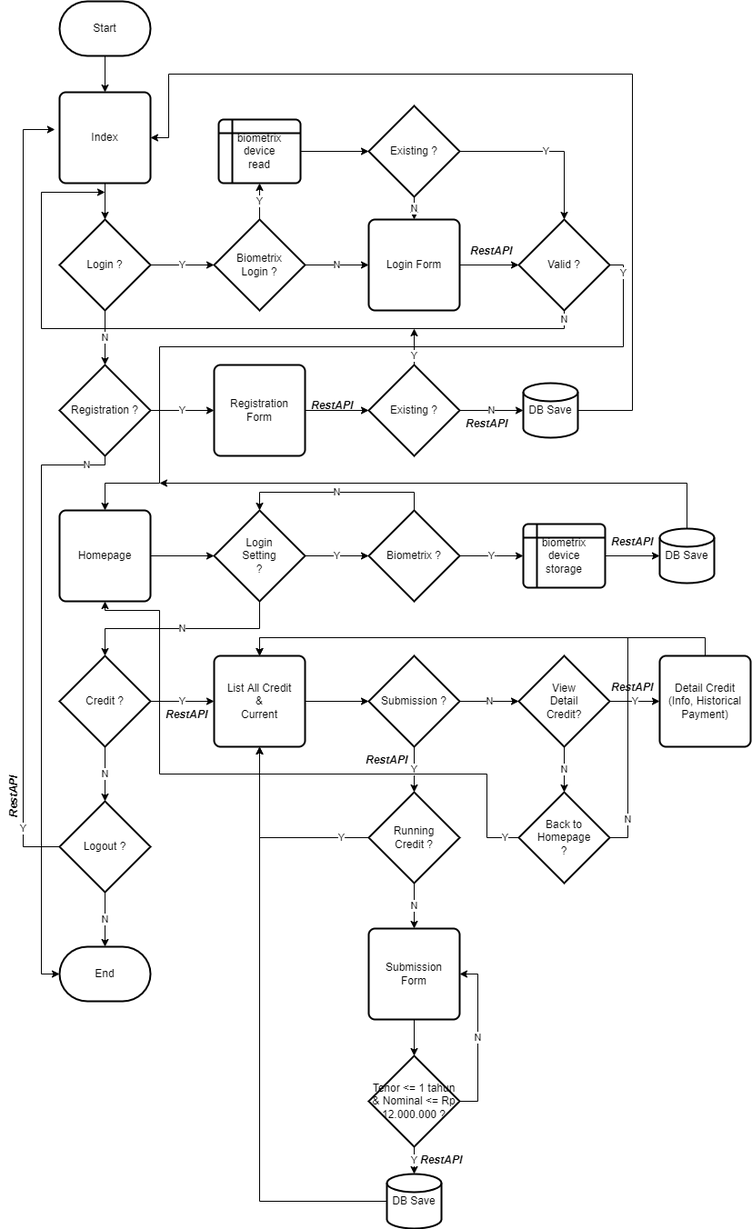
Earlier version of the draw.io export API_flowchart.png (Var1032/Technical-Assessment---Solution-Analyst). Source tidied: cells renumbered, new cells last; positions are measured from the earlier drawing's top-left corner, leaving out a move shared by most shapes.
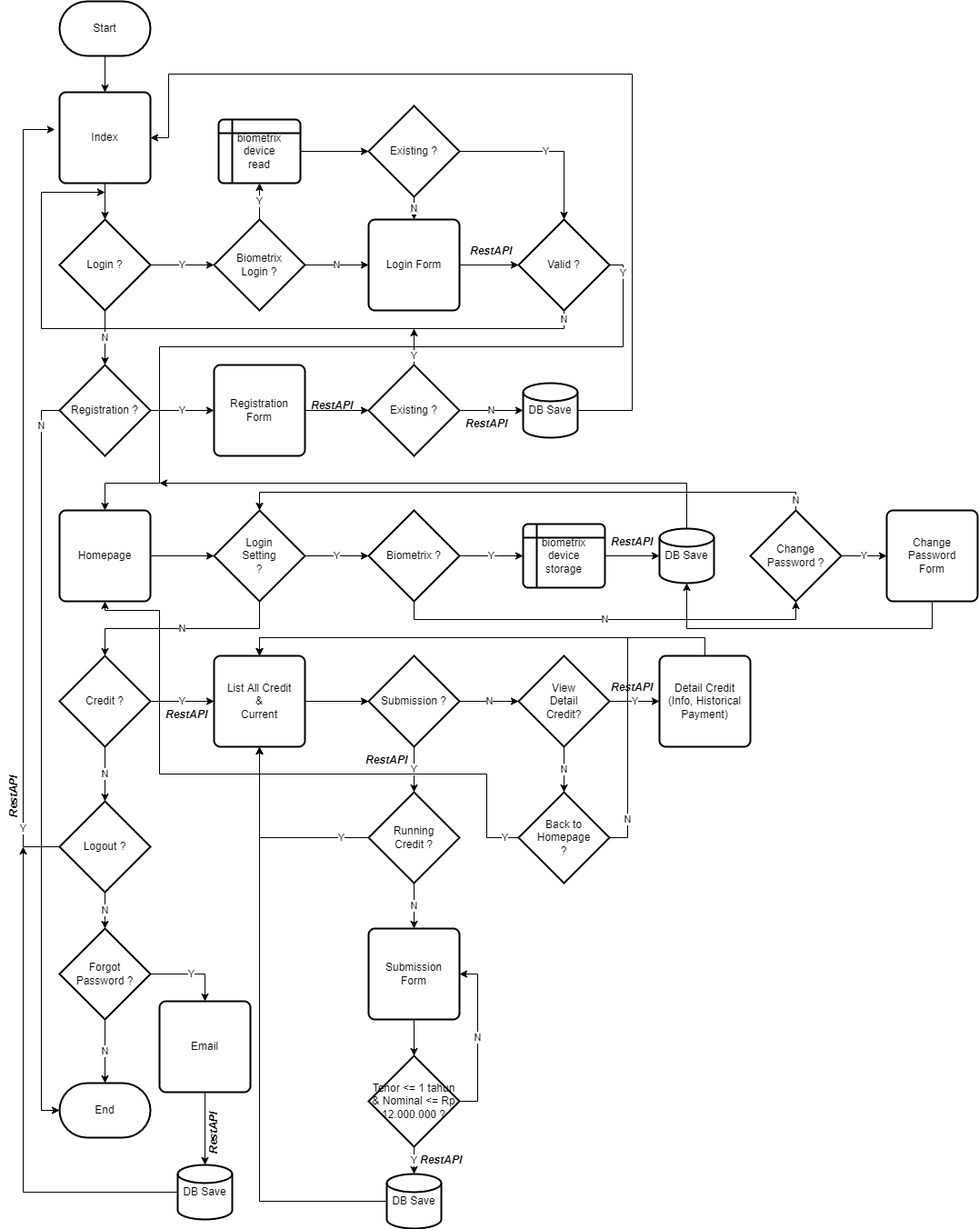
After the change.

Diff of the diagram source:
```diff
@@ -20,12 +20,11 @@
     <mxCell id="7" value="Y" style="edgeStyle=orthogonalEdgeStyle;rounded=0;jettySize=auto;html=1;exitX=1;exitY=0.5;exitDx=0;exitDy=0;exitPerimeter=0;entryX=0;entryY=0.5;entryDx=0;entryDy=0;" parent="1" edge="1" source="9" target="19">
       <mxGeometry relative="1" as="geometry" />
     </mxCell>
-    <mxCell id="8" value="N" style="edgeStyle=orthogonalEdgeStyle;rounded=0;jettySize=auto;html=1;exitX=0.5;exitY=1;exitDx=0;exitDy=0;exitPerimeter=0;entryX=0;entryY=0.5;entryDx=0;entryDy=0;entryPerimeter=0;" parent="1" edge="1" source="9" target="40">
+    <mxCell id="8" value="N" style="edgeStyle=orthogonalEdgeStyle;rounded=0;jettySize=auto;html=1;exitX=0;exitY=0.5;exitDx=0;exitDy=0;exitPerimeter=0;entryX=0;entryY=0.5;entryDx=0;entryDy=0;entryPerimeter=0;" parent="1" edge="1" source="9" target="40">
       <mxGeometry x="-0.91" relative="1" as="geometry">
         <Array as="points">
-          <mxPoint x="130" y="510" />
-          <mxPoint x="60" y="510" />
-          <mxPoint x="60" y="1070" />
+          <mxPoint x="60" y="450" />
+          <mxPoint x="60" y="1220" />
         </Array>
       </mxGeometry>
     </mxCell>
@@ -96,9 +95,9 @@
         </Array>
       </mxGeometry>
     </mxCell>
-    <mxCell id="24" value="N" style="edgeStyle=orthogonalEdgeStyle;rounded=0;jettySize=auto;html=1;exitX=0.5;exitY=0;exitDx=0;exitDy=0;exitPerimeter=0;entryX=0.5;entryY=0;entryDx=0;entryDy=0;entryPerimeter=0;" parent="1" edge="1" source="25" target="22">
-      <mxGeometry relative="1" as="geometry" />
-    </mxCell>
+    <mxCell id="83" value="N" style="edgeStyle=orthogonalEdgeStyle;rounded=0;jettySize=auto;html=1;exitX=0.5;exitY=1;exitDx=0;exitDy=0;exitPerimeter=0;entryX=0.5;entryY=1;entryDx=0;entryDy=0;entryPerimeter=0;" parent="1" edge="1" source="25" target="86">
+      <mxGeometry relative="1" as="geometry" />
+    </mxCell>
     <mxCell id="25" value="Biometrix ?" style="strokeWidth=2;html=1;shape=mxgraph.flowchart.decision;whiteSpace=wrap;" parent="1" vertex="1">
       <mxGeometry x="420" y="560" width="100" height="100" as="geometry" />
     </mxCell>
@@ -148,14 +147,14 @@
         </Array>
       </mxGeometry>
     </mxCell>
-    <mxCell id="38" value="N" style="edgeStyle=orthogonalEdgeStyle;rounded=0;jettySize=auto;html=1;exitX=0.5;exitY=1;exitDx=0;exitDy=0;exitPerimeter=0;entryX=0.5;entryY=0;entryDx=0;entryDy=0;entryPerimeter=0;" parent="1" edge="1" source="39" target="40">
-      <mxGeometry relative="1" as="geometry" />
-    </mxCell>
+    <mxCell id="84" value="N" style="edgeStyle=orthogonalEdgeStyle;rounded=0;jettySize=auto;html=1;exitX=0.5;exitY=1;exitDx=0;exitDy=0;exitPerimeter=0;entryX=0.5;entryY=0;entryDx=0;entryDy=0;entryPerimeter=0;" parent="1" edge="1" source="39" target="91">
+      <mxGeometry relative="1" as="geometry" />
+    </mxCell>
     <mxCell id="39" value="Logout ?" style="strokeWidth=2;html=1;shape=mxgraph.flowchart.decision;whiteSpace=wrap;" parent="1" vertex="1">
       <mxGeometry x="80" y="880" width="100" height="100" as="geometry" />
     </mxCell>
     <mxCell id="40" value="End" style="strokeWidth=2;html=1;shape=mxgraph.flowchart.terminator;whiteSpace=wrap;" parent="1" vertex="1">
-      <mxGeometry x="80" y="1040" width="100" height="60" as="geometry" />
+      <mxGeometry x="80" y="1190" width="100" height="60" as="geometry" />
     </mxCell>
     <mxCell id="41" style="edgeStyle=orthogonalEdgeStyle;rounded=0;jettySize=auto;html=1;exitX=1;exitY=0.5;exitDx=0;exitDy=0;exitPerimeter=0;entryX=1;entryY=0.5;entryDx=0;entryDy=0;" parent="1" edge="1" source="42" target="31">
       <mxGeometry relative="1" as="geometry">
@@ -298,5 +297,53 @@
     <mxCell id="82" value="Tenor &amp;lt;= 1 tahun&lt;br&gt;&amp;amp; Nominal &amp;lt;= Rp 12.000.000 ?" style="strokeWidth=2;html=1;shape=mxgraph.flowchart.decision;whiteSpace=wrap;" parent="1" vertex="1">
       <mxGeometry x="420" y="1160" width="100" height="100" as="geometry" />
     </mxCell>
+    <mxCell id="24" value="N" style="edgeStyle=orthogonalEdgeStyle;rounded=0;jettySize=auto;html=1;exitX=0.5;exitY=0;exitDx=0;exitDy=0;exitPerimeter=0;entryX=0.5;entryY=0;entryDx=0;entryDy=0;entryPerimeter=0;" parent="1" edge="1" source="86" target="22">
+      <mxGeometry x="-0.97" relative="1" as="geometry">
+        <mxPoint y="-1" as="offset" />
+      </mxGeometry>
+    </mxCell>
+    <mxCell id="85" value="Y" style="edgeStyle=orthogonalEdgeStyle;rounded=0;jettySize=auto;html=1;exitX=1;exitY=0.5;exitDx=0;exitDy=0;exitPerimeter=0;" parent="1" edge="1" source="86" target="88">
+      <mxGeometry relative="1" as="geometry" />
+    </mxCell>
+    <mxCell id="86" value="Change&lt;br&gt;Password ?" style="strokeWidth=2;html=1;shape=mxgraph.flowchart.decision;whiteSpace=wrap;" parent="1" vertex="1">
+      <mxGeometry x="840" y="560" width="100" height="100" as="geometry" />
+    </mxCell>
+    <mxCell id="87" style="edgeStyle=orthogonalEdgeStyle;rounded=0;jettySize=auto;html=1;exitX=0.5;exitY=1;exitDx=0;exitDy=0;entryX=0.5;entryY=1;entryDx=0;entryDy=0;entryPerimeter=0;" parent="1" edge="1" source="88" target="36">
+      <mxGeometry relative="1" as="geometry">
+        <Array as="points">
+          <mxPoint x="1040" y="690" />
+          <mxPoint x="770" y="690" />
+        </Array>
+      </mxGeometry>
+    </mxCell>
+    <mxCell id="88" value="Change&lt;br&gt;Password&lt;br&gt;Form" style="rounded=1;whiteSpace=wrap;html=1;absoluteArcSize=1;arcSize=14;strokeWidth=2;" parent="1" vertex="1">
+      <mxGeometry x="990" y="560" width="100" height="100" as="geometry" />
+    </mxCell>
+    <mxCell id="89" value="N" style="edgeStyle=orthogonalEdgeStyle;rounded=0;jettySize=auto;html=1;exitX=0.5;exitY=1;exitDx=0;exitDy=0;exitPerimeter=0;entryX=0.5;entryY=0;entryDx=0;entryDy=0;entryPerimeter=0;" parent="1" edge="1" source="91" target="40">
+      <mxGeometry relative="1" as="geometry" />
+    </mxCell>
+    <mxCell id="90" value="Y" style="edgeStyle=orthogonalEdgeStyle;rounded=0;jettySize=auto;html=1;exitX=1;exitY=0.5;exitDx=0;exitDy=0;exitPerimeter=0;entryX=0.5;entryY=0;entryDx=0;entryDy=0;" parent="1" edge="1" source="91" target="93">
+      <mxGeometry relative="1" as="geometry" />
+    </mxCell>
+    <mxCell id="91" value="Forgot&lt;br&gt;Password ?" style="strokeWidth=2;html=1;shape=mxgraph.flowchart.decision;whiteSpace=wrap;" parent="1" vertex="1">
+      <mxGeometry x="80" y="1020" width="100" height="100" as="geometry" />
+    </mxCell>
+    <mxCell id="92" style="edgeStyle=orthogonalEdgeStyle;rounded=0;jettySize=auto;html=1;exitX=0.5;exitY=1;exitDx=0;exitDy=0;entryX=0.5;entryY=0;entryDx=0;entryDy=0;entryPerimeter=0;" parent="1" edge="1" source="93" target="95">
+      <mxGeometry relative="1" as="geometry" />
+    </mxCell>
+    <mxCell id="93" value="Email" style="rounded=1;whiteSpace=wrap;html=1;absoluteArcSize=1;arcSize=14;strokeWidth=2;" parent="1" vertex="1">
+      <mxGeometry x="190" y="1100" width="100" height="100" as="geometry" />
+    </mxCell>
+    <mxCell id="94" style="edgeStyle=orthogonalEdgeStyle;rounded=0;jettySize=auto;html=1;exitX=0;exitY=0.5;exitDx=0;exitDy=0;exitPerimeter=0;" parent="1" edge="1" source="95">
+      <mxGeometry relative="1" as="geometry">
+        <mxPoint x="40" y="930" as="targetPoint" />
+      </mxGeometry>
+    </mxCell>
+    <mxCell id="95" value="DB Save" style="strokeWidth=2;html=1;shape=mxgraph.flowchart.database;whiteSpace=wrap;" parent="1" vertex="1">
+      <mxGeometry x="210" y="1280" width="60" height="60" as="geometry" />
+    </mxCell>
+    <mxCell id="96" value="&lt;b&gt;&lt;i&gt;RestAPI&lt;/i&gt;&lt;/b&gt;" style="text;html=1;strokeColor=none;fillColor=none;align=center;verticalAlign=middle;whiteSpace=wrap;rounded=0;rotation=-90;" parent="1" vertex="1">
+      <mxGeometry x="220" y="1230" width="60" height="30" as="geometry" />
+    </mxCell>
   </root>
 </mxGraphModel>
```
